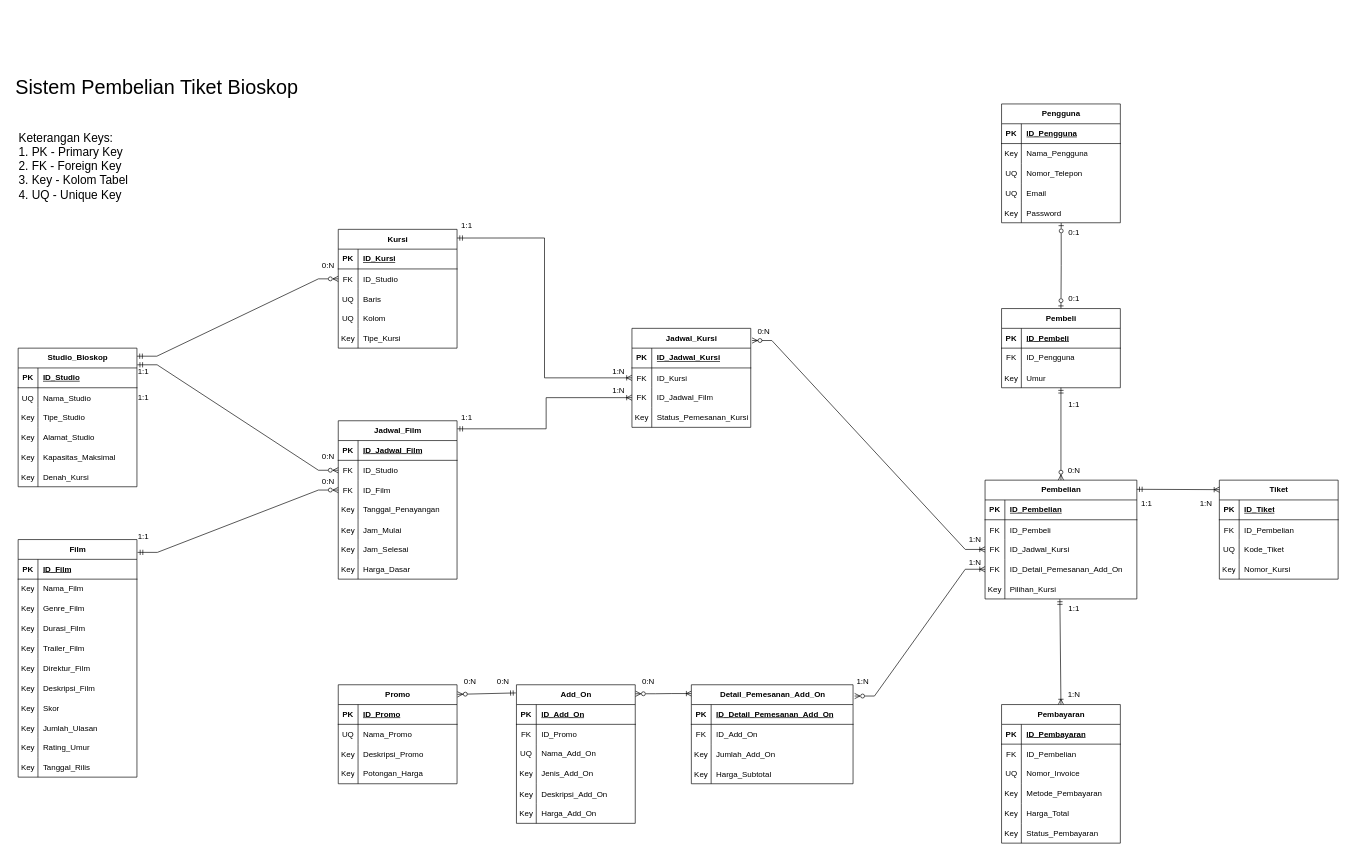
King-Ag-Jv/Project-Atrem keeps this draw.io diagram as page "Diagram-Utama-No-Admin" (1 of 4) of sistem-pembelian-tiket-retake.drawio. Above is the earlier version. Source tidied: cells renumbered, new cells numbered last; positions are measured from the earlier drawing's top-left corner, leaving out a move shared by most shapes. Both pictures are drawn from the tidied source at 66%, with x=0, y=0 at pixel (11, 11).
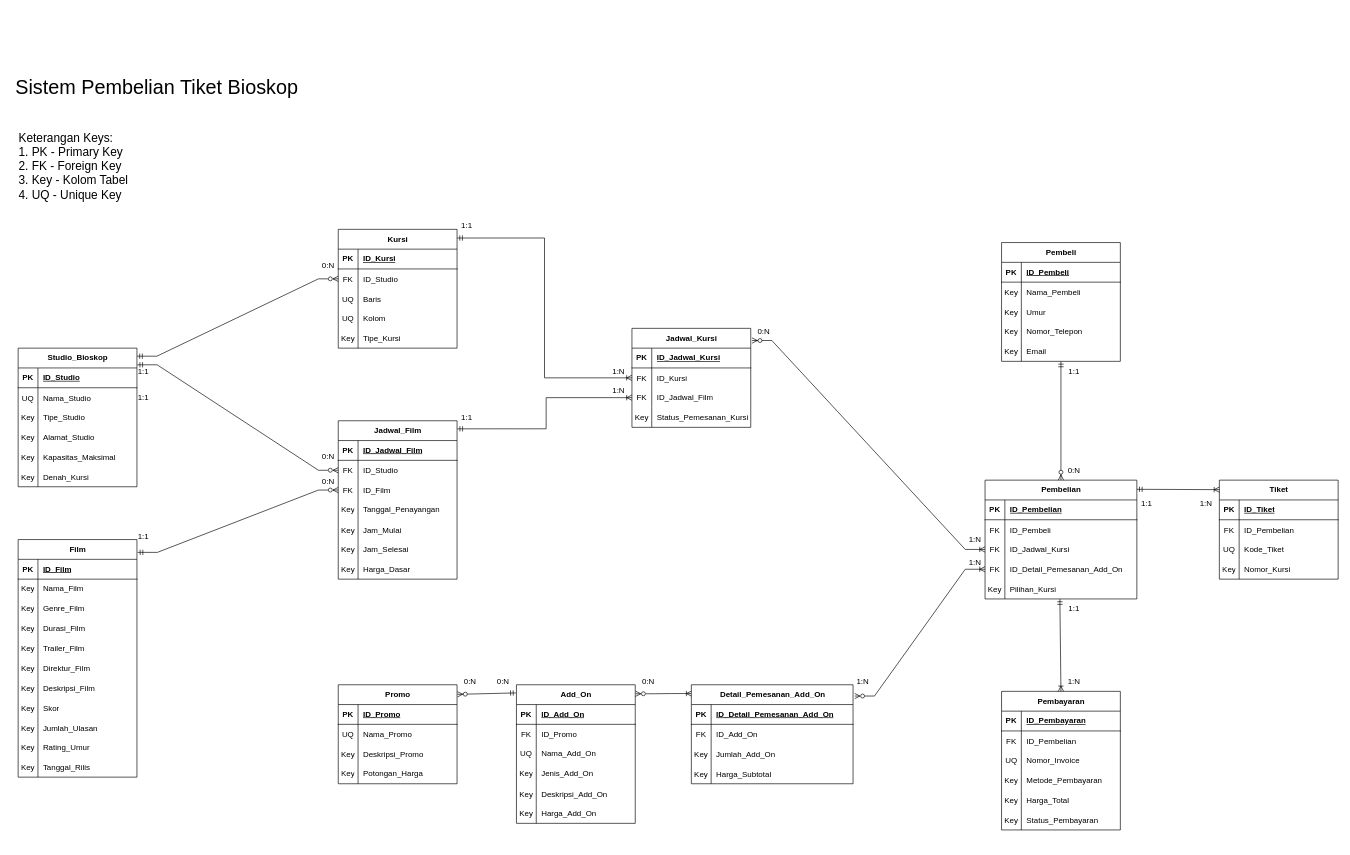
The same page after the edit.

Unchanged cells that the change refers to:
```xml
<mxCell id="31" value="Pembelian" style="shape=table;startSize=30;childLayout=tableLayout;rowLines=0;fontStyle=1;align=center;html=1;" parent="1" vertex="1">
  <mxGeometry x="1475" y="710" width="230" height="180" as="geometry" />
</mxCell>
```

Change to the diagram source:
```diff
@@
     <mxCell id="2" value="Pembeli" style="shape=table;startSize=30;childLayout=tableLayout;rowLines=0;fontStyle=1;align=center;html=1;" parent="1" vertex="1">
-      <mxGeometry x="1500" y="450" width="180" height="120" as="geometry" />
+      <mxGeometry x="1500" y="350" width="180" height="180" as="geometry" />
     </mxCell>
@@
+    <mxCell id="251" style="shape=tableRow;horizontal=0;startSize=0;swimlaneHead=0;swimlaneBody=0;fillColor=none;top=0;left=0;right=0;bottom=0;" parent="2" vertex="1">
+      <mxGeometry y="60" width="180" height="30" as="geometry" />
+    </mxCell>
+    <mxCell id="267" value="Key" style="shape=partialRectangle;fillColor=none;top=0;left=0;bottom=0;right=0;overflow=hidden;" parent="251" vertex="1">
+      <mxGeometry width="30" height="30" as="geometry" />
+    </mxCell>
+    <mxCell id="268" value="Nama_Pembeli" style="shape=partialRectangle;fillColor=none;top=0;left=0;bottom=0;right=0;align=left;spacingLeft=6;overflow=hidden;" parent="251" vertex="1">
+      <mxGeometry x="30" width="150" height="30" as="geometry" />
+    </mxCell>
+    <mxCell id="9" style="shape=tableRow;horizontal=0;startSize=0;swimlaneHead=0;swimlaneBody=0;fillColor=none;points=[[0,0.5],[1,0.5]];portConstraint=eastwest;top=0;left=0;right=0;bottom=0;" parent="2" vertex="1">
+      <mxGeometry y="90" width="180" height="30" as="geometry" />
+    </mxCell>
+    <mxCell id="10" value="Key" style="shape=partialRectangle;fillColor=none;top=0;left=0;bottom=0;right=0;overflow=hidden;" parent="9" vertex="1">
+      <mxGeometry width="30" height="30" as="geometry" />
+    </mxCell>
+    <mxCell id="11" value="Umur" style="shape=partialRectangle;fillColor=none;top=0;left=0;bottom=0;right=0;align=left;spacingLeft=6;overflow=hidden;" parent="9" vertex="1">
+      <mxGeometry x="30" width="150" height="30" as="geometry" />
+    </mxCell>
     <mxCell id="6" style="shape=tableRow;horizontal=0;startSize=0;swimlaneHead=0;swimlaneBody=0;fillColor=none;top=0;left=0;right=0;bottom=0;" parent="2" vertex="1">
-      <mxGeometry y="60" width="180" height="30" as="geometry" />
+      <mxGeometry y="120" width="180" height="30" as="geometry" />
     </mxCell>
-    <mxCell id="7" value="FK" style="shape=partialRectangle;fillColor=none;top=0;left=0;bottom=0;right=0;overflow=hidden;whiteSpace=wrap;html=1;" parent="6" vertex="1">
+    <mxCell id="7" value="Key" style="shape=partialRectangle;fillColor=none;top=0;left=0;bottom=0;right=0;overflow=hidden;whiteSpace=wrap;html=1;" parent="6" vertex="1">
       <mxGeometry width="30" height="30" as="geometry" />
     </mxCell>
-    <mxCell id="8" value="ID_Pengguna" style="shape=partialRectangle;fillColor=none;top=0;left=0;bottom=0;right=0;align=left;spacingLeft=6;overflow=hidden;whiteSpace=wrap;html=1;" parent="6" vertex="1">
+    <mxCell id="8" value="Nomor_Telepon" style="shape=partialRectangle;fillColor=none;top=0;left=0;bottom=0;right=0;align=left;spacingLeft=6;overflow=hidden;whiteSpace=wrap;html=1;" parent="6" vertex="1">
       <mxGeometry x="30" width="150" height="30" as="geometry" />
     </mxCell>
-    <mxCell id="9" style="shape=tableRow;horizontal=0;startSize=0;swimlaneHead=0;swimlaneBody=0;fillColor=none;points=[[0,0.5],[1,0.5]];portConstraint=eastwest;top=0;left=0;right=0;bottom=0;" parent="2" vertex="1">
-      <mxGeometry y="90" width="180" height="30" as="geometry" />
-    </mxCell>
-    <mxCell id="10" value="Key" style="shape=partialRectangle;fillColor=none;top=0;left=0;bottom=0;right=0;overflow=hidden;" parent="9" vertex="1">
-      <mxGeometry width="30" height="30" as="geometry" />
-    </mxCell>
-    <mxCell id="11" value="Umur" style="shape=partialRectangle;fillColor=none;top=0;left=0;bottom=0;right=0;align=left;spacingLeft=6;overflow=hidden;" parent="9" vertex="1">
-      <mxGeometry x="30" width="150" height="30" as="geometry" />
-    </mxCell>
+    <mxCell id="260" style="shape=tableRow;horizontal=0;startSize=0;swimlaneHead=0;swimlaneBody=0;fillColor=none;points=[[0,0.5],[1,0.5]];portConstraint=eastwest;top=0;left=0;right=0;bottom=0;" parent="2" vertex="1">
+      <mxGeometry y="150" width="180" height="30" as="geometry" />
+    </mxCell>
+    <mxCell id="269" value="Key" style="shape=partialRectangle;fillColor=none;top=0;left=0;bottom=0;right=0;overflow=hidden;" parent="260" vertex="1">
+      <mxGeometry width="30" height="30" as="geometry" />
+    </mxCell>
+    <mxCell id="259" value="Email" style="shape=partialRectangle;fillColor=none;top=0;left=0;bottom=0;right=0;align=left;spacingLeft=6;overflow=hidden;" parent="260" vertex="1">
+      <mxGeometry x="30" width="150" height="30" as="geometry" />
+    </mxCell>
     <mxCell id="12" value="Pembayaran" style="shape=table;startSize=30;childLayout=tableLayout;rowLines=0;fontStyle=1;align=center;html=1;" parent="1" vertex="1">
-      <mxGeometry x="1500" y="1050" width="180" height="210" as="geometry" />
+      <mxGeometry x="1500" y="1030" width="180" height="210" as="geometry" />
     </mxCell>
@@
     <mxCell id="137" value="1:N" style="text;html=1;whiteSpace=wrap;strokeColor=none;fillColor=none;align=center;verticalAlign=middle;rounded=0;" parent="1" vertex="1">
-      <mxGeometry x="1580" y="1020" width="60" height="30" as="geometry" />
+      <mxGeometry x="1580" y="1000" width="60" height="30" as="geometry" />
     </mxCell>
@@
     <mxCell id="139" value="1:1" style="text;html=1;whiteSpace=wrap;strokeColor=none;fillColor=none;align=center;verticalAlign=middle;rounded=0;" parent="1" vertex="1">
-      <mxGeometry x="1580" y="580" width="60" height="30" as="geometry" />
+      <mxGeometry x="1580" y="530" width="60" height="30" as="geometry" />
     </mxCell>
@@
-    <mxCell id="212" style="shape=tableRow;horizontal=0;startSize=0;swimlaneHead=0;swimlaneBody=0;fillColor=none;top=0;left=0;right=0;bottom=0;" parent="1" vertex="1">
-      <mxGeometry x="1270" width="180" height="30" as="geometry" />
-    </mxCell>
@@
-    <mxCell id="247" value="Pengguna" style="shape=table;startSize=30;childLayout=tableLayout;rowLines=0;fontStyle=1;align=center;html=1;" parent="1" vertex="1">
-      <mxGeometry x="1500" y="140" width="180" height="180" as="geometry" />
-    </mxCell>
-    <mxCell id="248" style="shape=tableRow;horizontal=0;startSize=0;swimlaneHead=0;swimlaneBody=0;fillColor=none;top=0;left=0;right=0;bottom=1;" parent="247" vertex="1">
-      <mxGeometry y="30" width="180" height="30" as="geometry" />
-    </mxCell>
-    <mxCell id="249" value="PK" style="shape=partialRectangle;fillColor=none;top=0;left=0;bottom=0;right=0;fontStyle=1;overflow=hidden;whiteSpace=wrap;html=1;" parent="248" vertex="1">
-      <mxGeometry width="30" height="30" as="geometry" />
-    </mxCell>
-    <mxCell id="250" value="ID_Pengguna" style="shape=partialRectangle;fillColor=none;top=0;left=0;bottom=0;right=0;align=left;spacingLeft=6;fontStyle=5;overflow=hidden;whiteSpace=wrap;html=1;" parent="248" vertex="1">
-      <mxGeometry x="30" width="150" height="30" as="geometry" />
-    </mxCell>
-    <mxCell id="251" style="shape=tableRow;horizontal=0;startSize=0;swimlaneHead=0;swimlaneBody=0;fillColor=none;top=0;left=0;right=0;bottom=0;" parent="247" vertex="1">
-      <mxGeometry y="60" width="180" height="30" as="geometry" />
-    </mxCell>
-    <mxCell id="252" value="Key" style="shape=partialRectangle;fillColor=none;top=0;left=0;bottom=0;right=0;overflow=hidden;whiteSpace=wrap;html=1;" parent="251" vertex="1">
-      <mxGeometry width="30" height="30" as="geometry" />
-    </mxCell>
-    <mxCell id="253" value="Nama_Pengguna" style="shape=partialRectangle;fillColor=none;top=0;left=0;bottom=0;right=0;align=left;spacingLeft=6;overflow=hidden;whiteSpace=wrap;html=1;" parent="251" vertex="1">
-      <mxGeometry x="30" width="150" height="30" as="geometry" />
-    </mxCell>
-    <mxCell id="254" style="shape=tableRow;horizontal=0;startSize=0;swimlaneHead=0;swimlaneBody=0;fillColor=none;top=0;left=0;right=0;bottom=0;" parent="247" vertex="1">
-      <mxGeometry y="90" width="180" height="30" as="geometry" />
-    </mxCell>
-    <mxCell id="255" value="UQ" style="shape=partialRectangle;fillColor=none;top=0;left=0;bottom=0;right=0;overflow=hidden;whiteSpace=wrap;html=1;" parent="254" vertex="1">
-      <mxGeometry width="30" height="30" as="geometry" />
-    </mxCell>
-    <mxCell id="256" value="Nomor_Telepon" style="shape=partialRectangle;fillColor=none;top=0;left=0;bottom=0;right=0;align=left;spacingLeft=6;overflow=hidden;whiteSpace=wrap;html=1;" parent="254" vertex="1">
-      <mxGeometry x="30" width="150" height="30" as="geometry" />
-    </mxCell>
-    <mxCell id="257" style="shape=tableRow;horizontal=0;startSize=0;swimlaneHead=0;swimlaneBody=0;fillColor=none;top=0;left=0;right=0;bottom=0;" parent="247" vertex="1">
-      <mxGeometry y="120" width="180" height="30" as="geometry" />
-    </mxCell>
-    <mxCell id="258" value="UQ" style="shape=partialRectangle;fillColor=none;top=0;left=0;bottom=0;right=0;overflow=hidden;" parent="257" vertex="1">
-      <mxGeometry width="30" height="30" as="geometry" />
-    </mxCell>
-    <mxCell id="259" value="Email" style="shape=partialRectangle;fillColor=none;top=0;left=0;bottom=0;right=0;align=left;spacingLeft=6;overflow=hidden;" parent="257" vertex="1">
-      <mxGeometry x="30" width="150" height="30" as="geometry" />
-    </mxCell>
-    <mxCell id="260" style="shape=tableRow;horizontal=0;startSize=0;swimlaneHead=0;swimlaneBody=0;fillColor=none;points=[[0,0.5],[1,0.5]];portConstraint=eastwest;top=0;left=0;right=0;bottom=0;" parent="247" vertex="1">
-      <mxGeometry y="150" width="180" height="30" as="geometry" />
-    </mxCell>
-    <mxCell id="261" value="Key" style="shape=partialRectangle;fillColor=none;top=0;left=0;bottom=0;right=0;overflow=hidden;" parent="260" vertex="1">
-      <mxGeometry width="30" height="30" as="geometry" />
-    </mxCell>
-    <mxCell id="262" value="Password" style="shape=partialRectangle;fillColor=none;top=0;left=0;bottom=0;right=0;align=left;spacingLeft=6;overflow=hidden;" parent="260" vertex="1">
-      <mxGeometry x="30" width="150" height="30" as="geometry" />
-    </mxCell>
-    <mxCell id="263" style="fontSize=12;html=1;endArrow=ERzeroToMany;startArrow=ERmandOne;rounded=0;exitX=0.5;exitY=1;exitDx=0;exitDy=0;exitPerimeter=0;entryX=0.5;entryY=0;entryDx=0;entryDy=0;edgeStyle=orthogonalEdgeStyle;" parent="1" edge="1" source="9" target="31">
+    <mxCell id="263" style="fontSize=12;html=1;endArrow=ERzeroToMany;startArrow=ERmandOne;rounded=0;entryX=0.5;entryY=0;entryDx=0;entryDy=0;edgeStyle=orthogonalEdgeStyle;exitX=0.5;exitY=1.007;exitDx=0;exitDy=0;exitPerimeter=0;" parent="1" edge="1" source="260" target="31">
       <mxGeometry relative="1" as="geometry" />
     </mxCell>
-    <mxCell id="264" style="fontSize=12;html=1;endArrow=ERzeroToOne;startArrow=ERzeroToOne;rounded=0;exitX=0.502;exitY=1.013;exitDx=0;exitDy=0;exitPerimeter=0;entryX=0.5;entryY=0;entryDx=0;entryDy=0;edgeStyle=orthogonalEdgeStyle;startFill=0;endFill=0;" parent="1" edge="1" source="260" target="2">
-      <mxGeometry relative="1" as="geometry" />
-    </mxCell>
-    <mxCell id="265" value="0&lt;span style=&quot;background-color: transparent; color: light-dark(rgb(0, 0, 0), rgb(255, 255, 255));&quot;&gt;:1&lt;/span&gt;" style="text;html=1;whiteSpace=wrap;strokeColor=none;fillColor=none;align=center;verticalAlign=middle;rounded=0;" parent="1" vertex="1">
-      <mxGeometry x="1580" y="320" width="60" height="30" as="geometry" />
-    </mxCell>
-    <mxCell id="266" value="0&lt;span style=&quot;background-color: transparent; color: light-dark(rgb(0, 0, 0), rgb(255, 255, 255));&quot;&gt;:1&lt;/span&gt;" style="text;html=1;whiteSpace=wrap;strokeColor=none;fillColor=none;align=center;verticalAlign=middle;rounded=0;" parent="1" vertex="1">
-      <mxGeometry x="1580" y="420" width="60" height="30" as="geometry" />
-    </mxCell>
```
